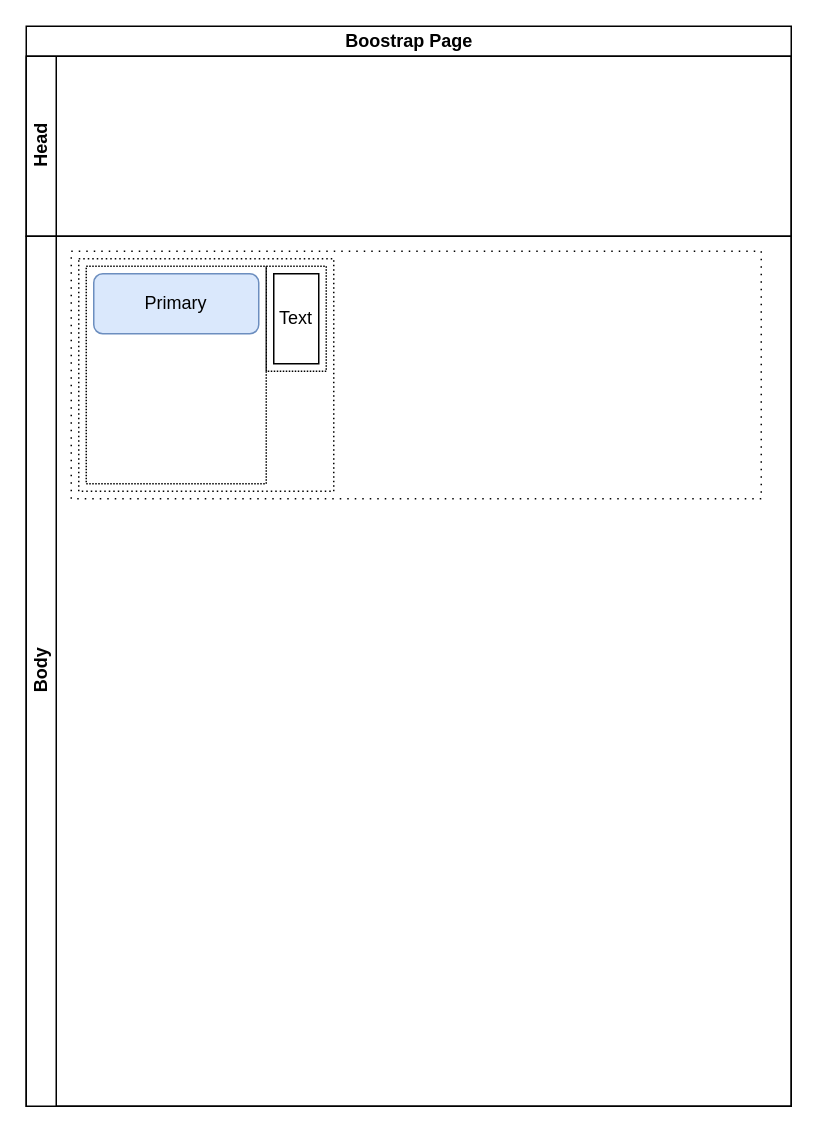
Above: diagram.drawio in Nasdanika-Demos/wireframes (draw.io), before the change. Source tidied: cells renumbered, new cells numbered last; positions are measured from the earlier drawing's top-left corner, leaving out a move shared by most shapes. Both pictures are drawn from the tidied source at 150%, with x=0, y=0 at pixel (26, 26).
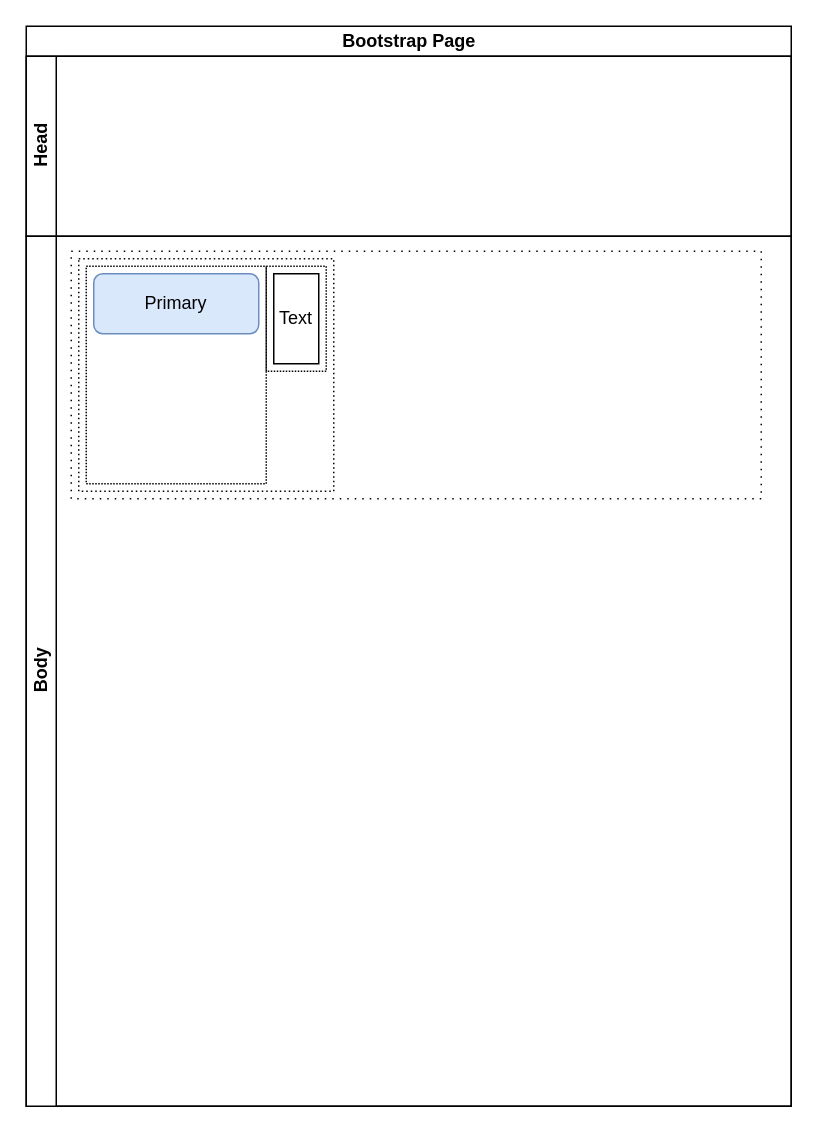
Above is the later version.

The edit, as a diff of the source:
```diff
@@
 <mxGraphModel>
   <root>
     <mxCell id="0" />
     <mxCell id="1" parent="0" />
-    <mxCell id="2" value="Boostrap Page" style="swimlane;horizontal=1;startSize=20;html=1;" parent="1" vertex="1">
+    <mxCell id="2" value="Boot&lt;span style=&quot;background-color: transparent; color: light-dark(rgb(0, 0, 0), rgb(255, 255, 255));&quot;&gt;strap Page&lt;/span&gt;" style="swimlane;horizontal=1;startSize=20;html=1;" parent="1" vertex="1">
       <mxGeometry width="510" height="720" as="geometry" />
     </mxCell>
     <mxCell id="3" value="Head" style="swimlane;startSize=20;horizontal=0;html=1;" parent="2" vertex="1">
       <mxGeometry y="20" width="510" height="120" as="geometry" />
     </mxCell>
     <mxCell id="4" value="Body" style="swimlane;startSize=20;horizontal=0;html=1;" parent="2" vertex="1">
       <mxGeometry y="140" width="510" height="580" as="geometry" />
     </mxCell>
     <mxCell id="5" value="Container" style="rounded=0;whiteSpace=wrap;html=1;fillColor=none;&#10;stackSpacing=5;stackBorder=5;dashed=1;dashPattern=1 4;fontColor=none;noLabel=1;" parent="4" vertex="1">
       <mxGeometry x="30" y="10" width="460" height="165" as="geometry" />
     </mxCell>
     <mxCell id="6" value="Row" style="rounded=0;whiteSpace=wrap;html=1;fillColor=none;&#10;stackSpacing=5;stackBorder=5;dashed=1;dashPattern=1 2;fontColor=none;noLabel=1;" parent="5" vertex="1">
       <mxGeometry x="5" y="5" width="170" height="155" as="geometry" />
     </mxCell>
     <mxCell id="7" value="Col 1" style="rounded=0;whiteSpace=wrap;html=1;fillColor=none;&#10;stackSpacing=5;stackBorder=5;dashed=1;dashPattern=1 1;fontColor=none;noLabel=1;" parent="6" vertex="1">
       <mxGeometry x="5" y="5" width="120" height="145" as="geometry" />
     </mxCell>
     <mxCell id="8" value="Primary" style="rounded=1;whiteSpace=wrap;html=1;fillColor=#dae8fc;strokeColor=#6c8ebf;" parent="7" vertex="1">
       <mxGeometry x="5" y="5" width="110" height="40" as="geometry" />
     </mxCell>
     <mxCell id="9" value="Col 2" style="rounded=0;whiteSpace=wrap;html=1;fillColor=none;&#10;stackSpacing=5;stackBorder=5;dashed=1;dashPattern=1 1;fontColor=none;noLabel=1;" parent="6" vertex="1">
       <mxGeometry x="125" y="5" width="40" height="70" as="geometry" />
     </mxCell>
     <mxCell id="10" value="Text" style="rounded=0;whiteSpace=wrap;html=1;" parent="9" vertex="1">
       <mxGeometry x="5" y="5" width="30" height="60" as="geometry" />
     </mxCell>
   </root>
 </mxGraphModel>
```
